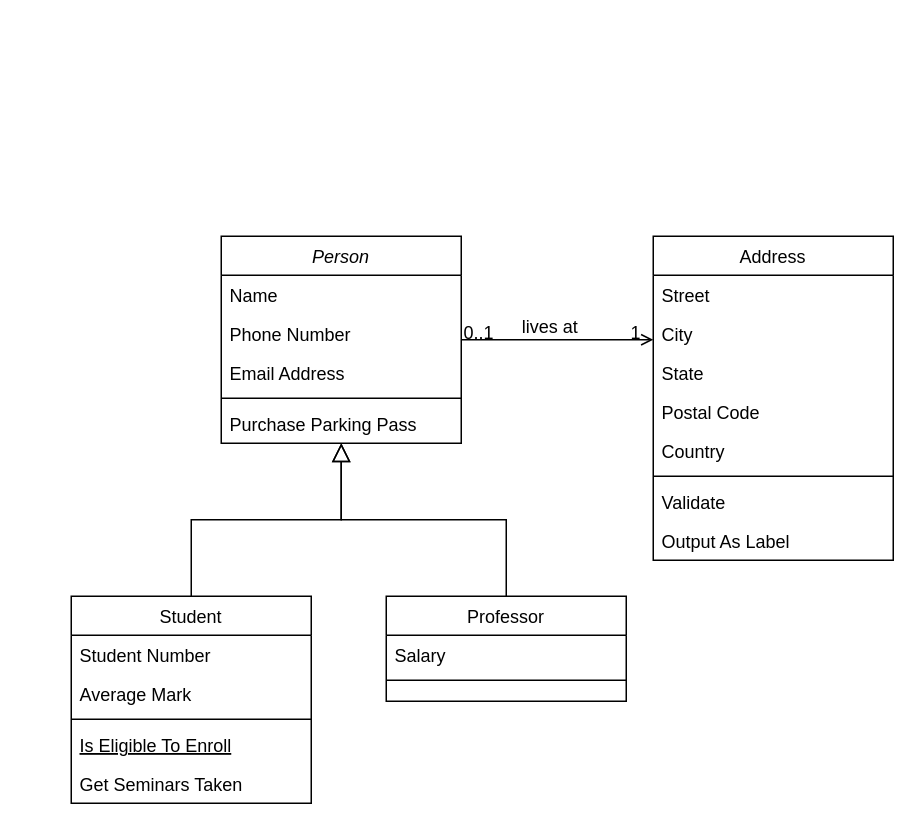
This is Untitled Diagram.drawio from rayylb/rrjboom, a draw.io file, before an edit. Source tidied: cells renumbered, new cells numbered last; positions are measured from the earlier drawing's top-left corner, leaving out a move shared by most shapes. Both pictures are drawn from the tidied source at 150%, with x=0, y=0 at pixel (70, 236).
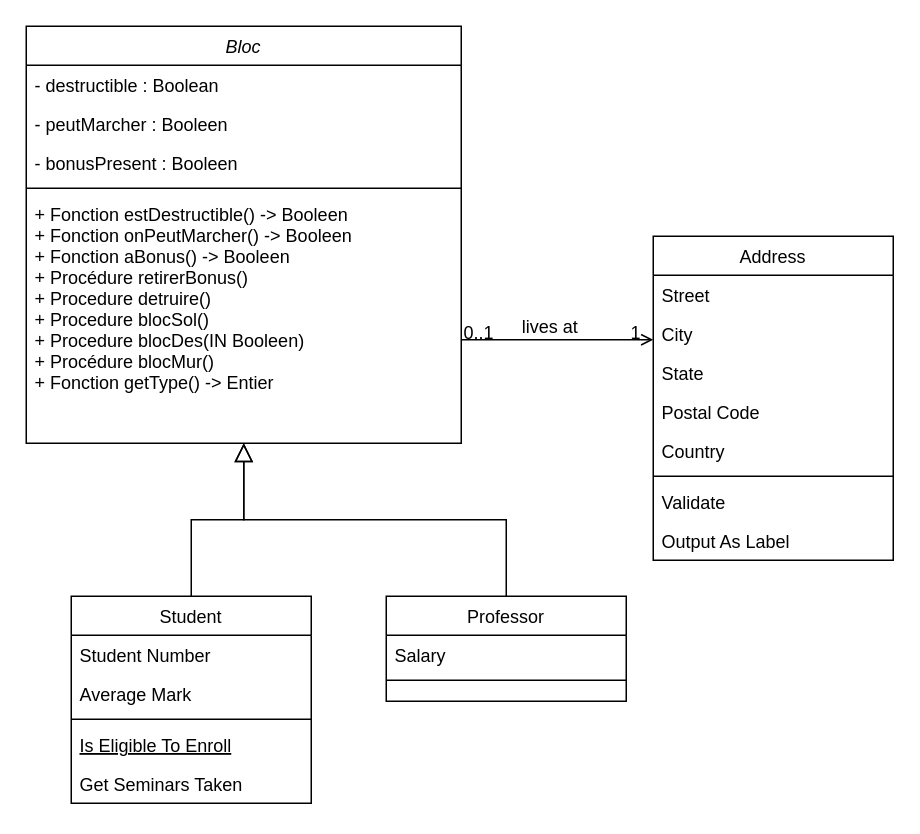
After the change.

Diff of the diagram source:
```diff
@@
-    <mxCell id="2" value="Person" style="swimlane;fontStyle=2;align=center;verticalAlign=top;horizontal=1;startSize=26;rounded=0;shadow=0;strokeWidth=1;" parent="1" vertex="1">
-      <mxGeometry x="100" width="160" height="138" as="geometry" />
+    <mxCell id="2" value="Bloc" style="swimlane;fontStyle=2;align=center;verticalAlign=top;horizontal=1;startSize=26;rounded=0;shadow=0;strokeWidth=1;" parent="1" vertex="1">
+      <mxGeometry x="-30" y="-140" width="290" height="278" as="geometry" />
     </mxCell>
-    <mxCell id="3" value="Name" style="text;align=left;verticalAlign=top;spacingLeft=4;spacingRight=4;overflow=hidden;" parent="2" vertex="1">
-      <mxGeometry y="26" width="160" height="26" as="geometry" />
+    <mxCell id="3" value="- destructible : Boolean" style="text;align=left;verticalAlign=top;spacingLeft=4;spacingRight=4;overflow=hidden;" parent="2" vertex="1">
+      <mxGeometry y="26" width="290" height="26" as="geometry" />
     </mxCell>
-    <mxCell id="4" value="Phone Number" style="text;align=left;verticalAlign=top;spacingLeft=4;spacingRight=4;overflow=hidden;rounded=0;shadow=0;html=0;" parent="2" vertex="1">
-      <mxGeometry y="52" width="160" height="26" as="geometry" />
+    <mxCell id="4" value="- peutMarcher : Booleen" style="text;align=left;verticalAlign=top;spacingLeft=4;spacingRight=4;overflow=hidden;rounded=0;shadow=0;html=0;" parent="2" vertex="1">
+      <mxGeometry y="52" width="290" height="26" as="geometry" />
     </mxCell>
-    <mxCell id="5" value="Email Address" style="text;align=left;verticalAlign=top;spacingLeft=4;spacingRight=4;overflow=hidden;rounded=0;shadow=0;html=0;" parent="2" vertex="1">
-      <mxGeometry y="78" width="160" height="26" as="geometry" />
+    <mxCell id="5" value="- bonusPresent : Booleen&#10;" style="text;align=left;verticalAlign=top;spacingLeft=4;spacingRight=4;overflow=hidden;rounded=0;shadow=0;html=0;" parent="2" vertex="1">
+      <mxGeometry y="78" width="290" height="26" as="geometry" />
     </mxCell>
     <mxCell id="6" style="line;html=1;strokeWidth=1;align=left;verticalAlign=middle;spacingTop=-1;spacingLeft=3;spacingRight=3;labelPosition=right;" parent="2" vertex="1">
-      <mxGeometry y="104" width="160" height="8" as="geometry" />
+      <mxGeometry y="104" width="290" height="8" as="geometry" />
     </mxCell>
-    <mxCell id="7" value="Purchase Parking Pass" style="text;align=left;verticalAlign=top;spacingLeft=4;spacingRight=4;overflow=hidden;" parent="2" vertex="1">
-      <mxGeometry y="112" width="160" height="26" as="geometry" />
+    <mxCell id="7" value="+ Fonction estDestructible() -&gt; Booleen&#10;+ Fonction onPeutMarcher() -&gt; Booleen&#10;+ Fonction aBonus() -&gt; Booleen&#10;+ Procédure retirerBonus()&#10;+ Procedure detruire()&#10;+ Procedure blocSol()&#10;+ Procedure blocDes(IN Booleen)&#10;+ Procédure blocMur() &#10;+ Fonction getType() -&gt; Entier&#10;&#10;" style="text;align=left;verticalAlign=top;spacingLeft=4;spacingRight=4;overflow=hidden;" parent="2" vertex="1">
+      <mxGeometry y="112" width="290" height="158" as="geometry" />
     </mxCell>
```
